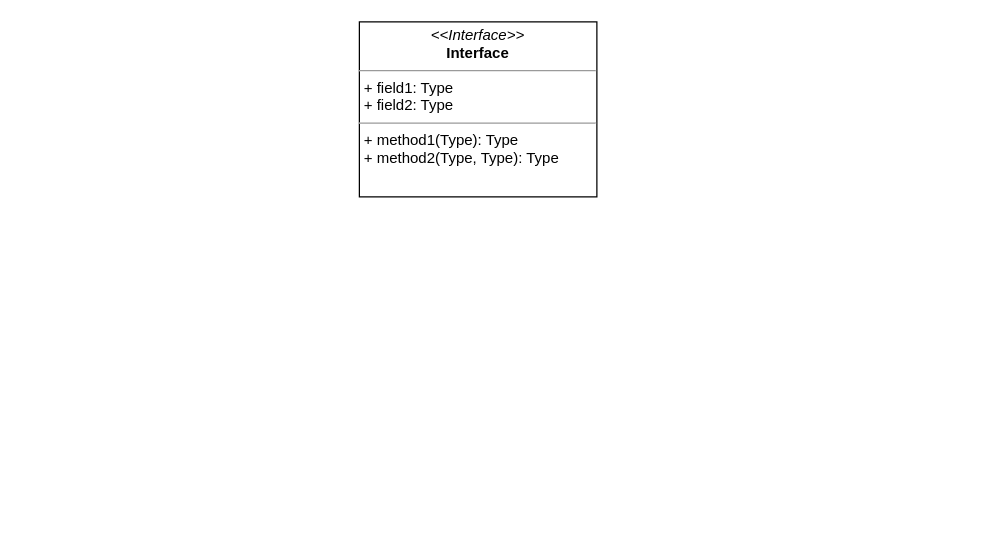
Duayt/card keeps this draw.io diagram as page "card game" (1 of 2) of card.drawio. Above is the earlier version. Source tidied: cells renumbered, new cells numbered last; positions are measured from the earlier drawing's top-left corner, leaving out a move shared by most shapes. Both pictures are drawn from the tidied source at 125%, with x=0, y=0 at pixel (359, 21).
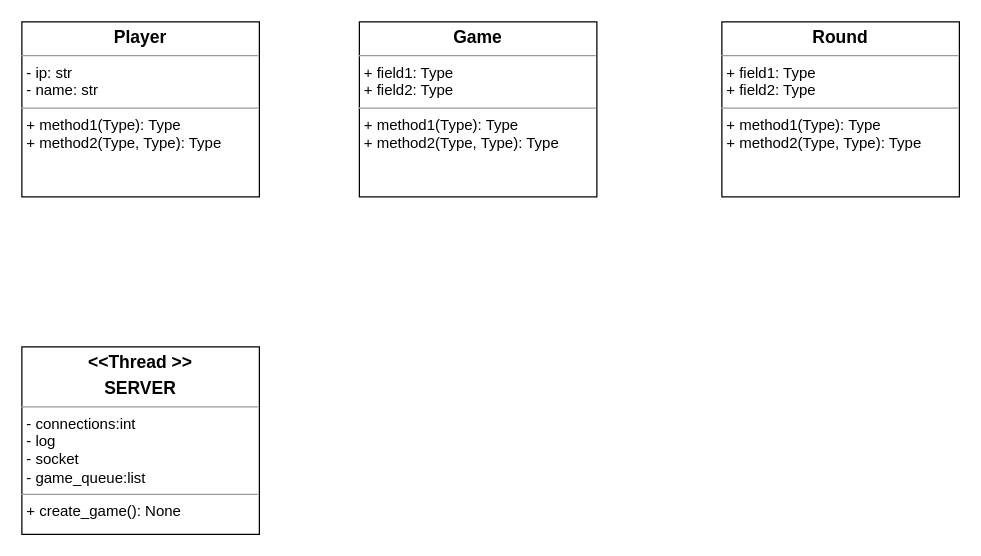
The same diagram, later.

The edit, as a diff of the source:
```diff
@@
 <mxGraphModel>
   <root>
     <mxCell id="0" />
     <mxCell id="1" parent="0" />
-    <mxCell id="2" value="&lt;p style=&quot;margin:0px;margin-top:4px;text-align:center;&quot;&gt;&lt;i&gt;&amp;lt;&amp;lt;Interface&amp;gt;&amp;gt;&lt;/i&gt;&lt;br/&gt;&lt;b&gt;Interface&lt;/b&gt;&lt;/p&gt;&lt;hr size=&quot;1&quot;/&gt;&lt;p style=&quot;margin:0px;margin-left:4px;&quot;&gt;+ field1: Type&lt;br/&gt;+ field2: Type&lt;/p&gt;&lt;hr size=&quot;1&quot;/&gt;&lt;p style=&quot;margin:0px;margin-left:4px;&quot;&gt;+ method1(Type): Type&lt;br/&gt;+ method2(Type, Type): Type&lt;/p&gt;" style="verticalAlign=top;align=left;overflow=fill;fontSize=12;fontFamily=Helvetica;html=1;rounded=0;shadow=0;comic=0;labelBackgroundColor=none;strokeWidth=1;" parent="1" vertex="1">
+    <mxCell id="2" value="&lt;p style=&quot;margin: 0px ; margin-top: 4px ; text-align: center&quot;&gt;&lt;b&gt;&lt;font style=&quot;font-size: 14px&quot;&gt;Game&lt;/font&gt;&lt;/b&gt;&lt;/p&gt;&lt;hr size=&quot;1&quot;&gt;&lt;p style=&quot;margin: 0px ; margin-left: 4px&quot;&gt;+ field1: Type&lt;br&gt;+ field2: Type&lt;/p&gt;&lt;hr size=&quot;1&quot;&gt;&lt;p style=&quot;margin: 0px ; margin-left: 4px&quot;&gt;+ method1(Type): Type&lt;br&gt;+ method2(Type, Type): Type&lt;/p&gt;" style="verticalAlign=top;align=left;overflow=fill;fontSize=12;fontFamily=Helvetica;html=1;rounded=0;shadow=0;comic=0;labelBackgroundColor=none;strokeWidth=1;" parent="1" vertex="1">
       <mxGeometry width="190" height="140" as="geometry" />
     </mxCell>
+    <mxCell id="3" value="&lt;p style=&quot;margin: 0px ; margin-top: 4px ; text-align: center&quot;&gt;&lt;span style=&quot;font-size: 14px&quot;&gt;&lt;b&gt;Player&lt;/b&gt;&lt;/span&gt;&lt;/p&gt;&lt;hr size=&quot;1&quot;&gt;&lt;p style=&quot;margin: 0px ; margin-left: 4px&quot;&gt;- ip: str&lt;br&gt;- name: str&lt;/p&gt;&lt;hr size=&quot;1&quot;&gt;&lt;p style=&quot;margin: 0px ; margin-left: 4px&quot;&gt;+ method1(Type): Type&lt;br&gt;+ method2(Type, Type): Type&lt;/p&gt;" style="verticalAlign=top;align=left;overflow=fill;fontSize=12;fontFamily=Helvetica;html=1;rounded=0;shadow=0;comic=0;labelBackgroundColor=none;strokeWidth=1;" parent="1" vertex="1">
+      <mxGeometry x="-270" width="190" height="140" as="geometry" />
+    </mxCell>
+    <mxCell id="4" value="&lt;p style=&quot;margin: 0px ; margin-top: 4px ; text-align: center&quot;&gt;&lt;span style=&quot;font-size: 14px&quot;&gt;&lt;b&gt;&amp;lt;&amp;lt;Thread &amp;gt;&amp;gt;&lt;/b&gt;&lt;/span&gt;&lt;/p&gt;&lt;p style=&quot;margin: 0px ; margin-top: 4px ; text-align: center&quot;&gt;&lt;span style=&quot;font-size: 14px&quot;&gt;&lt;b&gt;SERVER&lt;/b&gt;&lt;/span&gt;&lt;/p&gt;&lt;hr size=&quot;1&quot;&gt;&lt;p style=&quot;margin: 0px ; margin-left: 4px&quot;&gt;- connections:int&lt;/p&gt;&lt;p style=&quot;margin: 0px ; margin-left: 4px&quot;&gt;- log&lt;/p&gt;&lt;p style=&quot;margin: 0px ; margin-left: 4px&quot;&gt;- socket&lt;/p&gt;&lt;p style=&quot;margin: 0px ; margin-left: 4px&quot;&gt;- game_queue:list&lt;/p&gt;&lt;hr size=&quot;1&quot;&gt;&lt;p style=&quot;margin: 0px ; margin-left: 4px&quot;&gt;+ create_game(): None&lt;/p&gt;" style="verticalAlign=top;align=left;overflow=fill;fontSize=12;fontFamily=Helvetica;html=1;rounded=0;shadow=0;comic=0;labelBackgroundColor=none;strokeWidth=1;" parent="1" vertex="1">
+      <mxGeometry x="-270" y="260" width="190" height="150" as="geometry" />
+    </mxCell>
+    <mxCell id="5" value="&lt;p style=&quot;margin: 0px ; margin-top: 4px ; text-align: center&quot;&gt;&lt;b&gt;&lt;font style=&quot;font-size: 14px&quot;&gt;Round&lt;/font&gt;&lt;/b&gt;&lt;/p&gt;&lt;hr size=&quot;1&quot;&gt;&lt;p style=&quot;margin: 0px ; margin-left: 4px&quot;&gt;+ field1: Type&lt;br&gt;+ field2: Type&lt;/p&gt;&lt;hr size=&quot;1&quot;&gt;&lt;p style=&quot;margin: 0px ; margin-left: 4px&quot;&gt;+ method1(Type): Type&lt;br&gt;+ method2(Type, Type): Type&lt;/p&gt;" style="verticalAlign=top;align=left;overflow=fill;fontSize=12;fontFamily=Helvetica;html=1;rounded=0;shadow=0;comic=0;labelBackgroundColor=none;strokeWidth=1;" parent="1" vertex="1">
+      <mxGeometry x="290" width="190" height="140" as="geometry" />
+    </mxCell>
   </root>
 </mxGraphModel>
```
